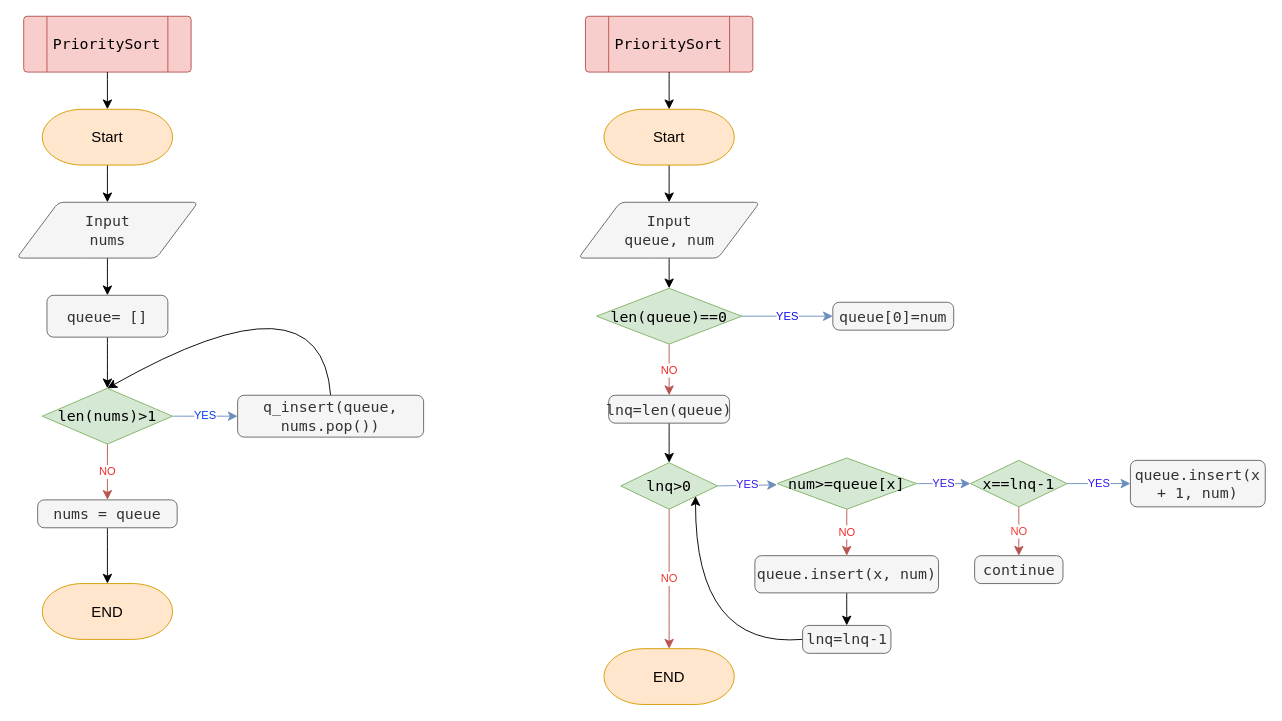
Above: research_doc/flowcharts/priority.drawio in orenvadi/LABs (draw.io), before the change. Source tidied: cells renumbered, new cells numbered last; positions are measured from the earlier drawing's top-left corner, leaving out a move shared by most shapes. Both pictures are drawn from the tidied source at 93%, with x=0, y=0 at pixel (-1307, 16).
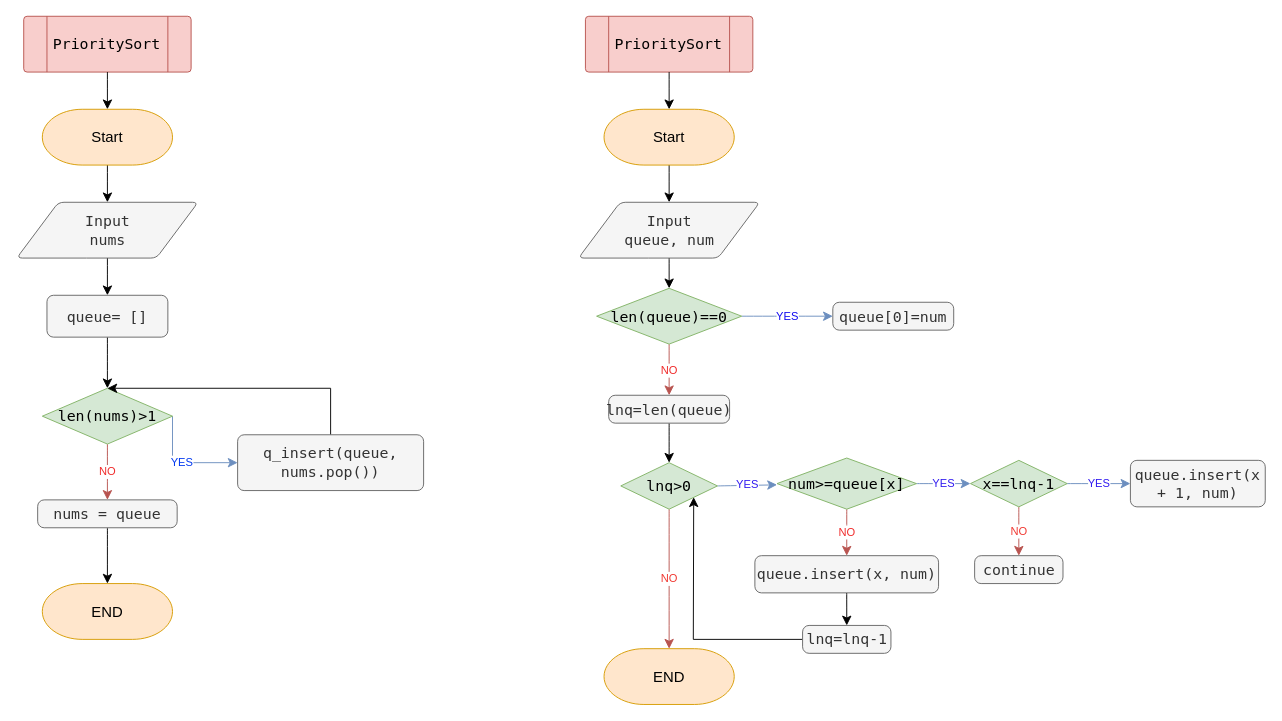
Above is the later version.

Unchanged cells that the change refers to:
```xml
<mxCell id="15" value="&lt;div&gt;len(nums)&amp;gt;1&lt;/div&gt;" style="strokeWidth=1;html=1;shape=mxgraph.flowchart.decision;whiteSpace=wrap;rounded=1;fontSize=16;fontFamily=Lucida Console;fillColor=#d5e8d4;strokeColor=#82b366;" parent="1" vertex="1">
  <mxGeometry x="1450" y="400" width="140" height="60" as="geometry" />
</mxCell>
<mxCell id="34" value="&lt;div&gt;lnq&amp;gt;0&lt;/div&gt;" style="strokeWidth=1;html=1;shape=mxgraph.flowchart.decision;whiteSpace=wrap;rounded=1;fontSize=16;fontFamily=Lucida Console;fillColor=#d5e8d4;strokeColor=#82b366;" parent="1" vertex="1">
  <mxGeometry x="2072" y="480" width="104" height="50" as="geometry" />
</mxCell>
<mxCell id="48" value="&lt;div&gt;lnq=lnq-1&lt;/div&gt;" style="rounded=1;whiteSpace=wrap;html=1;absoluteArcSize=1;arcSize=14;strokeWidth=1;fontFamily=Lucida Console;fontSize=16;fillColor=#f5f5f5;strokeColor=#666666;fontColor=#333333;" parent="1" vertex="1">
  <mxGeometry x="2267.5" y="655" width="95" height="30" as="geometry" />
</mxCell>
```

Change to the diagram source:
```diff
@@
-    <mxCell id="13" value="YES" style="edgeStyle=none;curved=1;rounded=0;jettySize=auto;html=1;exitX=1;exitY=0.5;exitDx=0;exitDy=0;exitPerimeter=0;fontSize=12;startSize=8;endSize=8;fillColor=#dae8fc;strokeColor=#6c8ebf;fontColor=#0038F0;" parent="1" edge="1" source="15" target="17">
-      <mxGeometry relative="1" as="geometry" />
+    <mxCell id="13" value="YES" style="edgeStyle=none;rounded=0;jettySize=auto;html=1;exitX=1;exitY=0.5;exitDx=0;exitDy=0;exitPerimeter=0;fontSize=12;startSize=8;endSize=8;fillColor=#dae8fc;strokeColor=#6c8ebf;fontColor=#0038F0;entryX=0;entryY=0.5;entryDx=0;entryDy=0;" parent="1" edge="1" source="15" target="17">
+      <mxGeometry relative="1" as="geometry">
+        <Array as="points">
+          <mxPoint x="1590" y="480" />
+        </Array>
+      </mxGeometry>
     </mxCell>
@@
-    <mxCell id="16" style="edgeStyle=none;curved=1;rounded=0;jettySize=auto;html=1;exitX=0.5;exitY=0;exitDx=0;exitDy=0;entryX=0.5;entryY=0;entryDx=0;entryDy=0;entryPerimeter=0;fontSize=12;startSize=8;endSize=8;" parent="1" edge="1" source="17" target="15">
+    <mxCell id="16" style="edgeStyle=none;rounded=0;jettySize=auto;html=1;exitX=0.5;exitY=0;exitDx=0;exitDy=0;entryX=0.5;entryY=0;entryDx=0;entryDy=0;entryPerimeter=0;fontSize=12;startSize=8;endSize=8;" parent="1" edge="1" source="17" target="15">
       <mxGeometry relative="1" as="geometry">
         <Array as="points">
-          <mxPoint x="1750" y="270" />
+          <mxPoint x="1760" y="400" />
         </Array>
       </mxGeometry>
     </mxCell>
     <mxCell id="17" value="&lt;div&gt;q_insert(queue, nums.pop())&lt;/div&gt;" style="rounded=1;whiteSpace=wrap;html=1;absoluteArcSize=1;arcSize=14;strokeWidth=1;fontFamily=Lucida Console;fontSize=16;fillColor=#f5f5f5;strokeColor=#666666;fontColor=#333333;" parent="1" vertex="1">
-      <mxGeometry x="1660" y="407.5" width="200" height="45" as="geometry" />
+      <mxGeometry x="1660" y="450" width="200" height="60" as="geometry" />
     </mxCell>
@@
-    <mxCell id="47" style="edgeStyle=none;curved=1;rounded=0;jettySize=auto;html=1;exitX=0;exitY=0.5;exitDx=0;exitDy=0;entryX=0.773;entryY=0.72;entryDx=0;entryDy=0;entryPerimeter=0;fontSize=12;startSize=8;endSize=8;" parent="1" edge="1" source="48" target="34">
+    <mxCell id="47" style="edgeStyle=none;rounded=0;jettySize=auto;html=1;exitX=0;exitY=0.5;exitDx=0;exitDy=0;entryX=0.754;entryY=0.743;entryDx=0;entryDy=0;entryPerimeter=0;fontSize=12;startSize=8;endSize=8;" parent="1" edge="1" source="48" target="34">
       <mxGeometry relative="1" as="geometry">
         <Array as="points">
-          <mxPoint x="2152" y="680" />
+          <mxPoint x="2150" y="670" />
         </Array>
       </mxGeometry>
     </mxCell>
```
